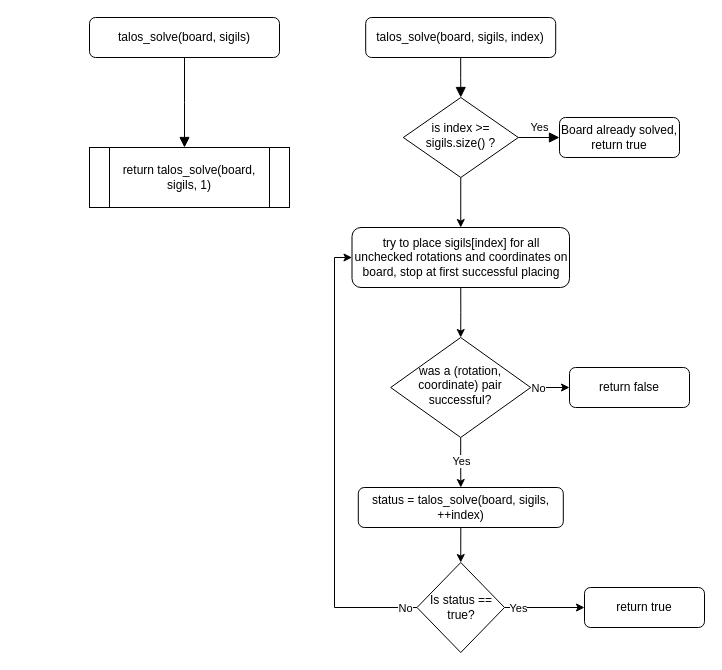
Above: docs/talos_solve_flowchart.drawio in cppcake/talossolver (draw.io), before the change. Source tidied: cells renumbered, new cells numbered last; positions are measured from the earlier drawing's top-left corner, leaving out a move shared by most shapes. Both pictures are drawn from the tidied source at 100%, with x=0, y=0 at pixel (89, 17).
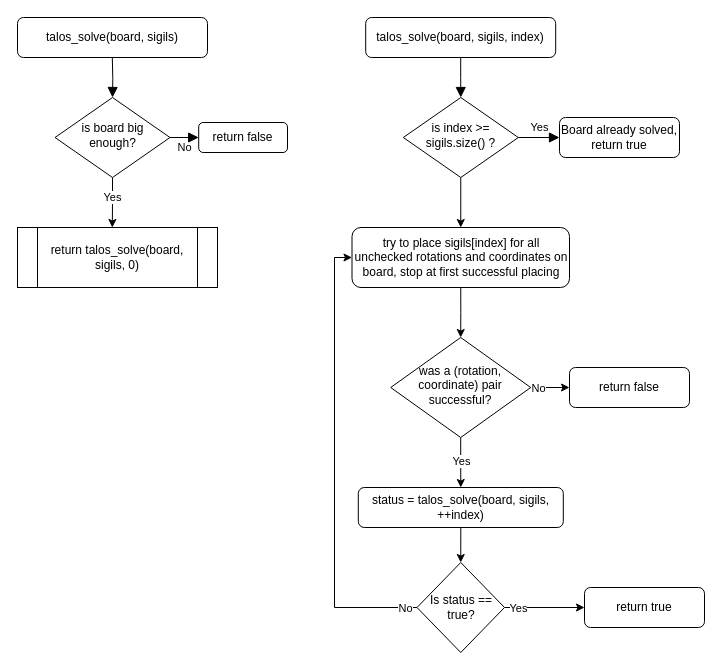
Above is the later version.

Change to the diagram source:
```diff
@@
-    <mxCell id="2" style="rounded=0;html=1;jettySize=auto;fontSize=11;endArrow=block;endFill=1;endSize=8;strokeWidth=1;shadow=0;labelBackgroundColor=none;edgeStyle=orthogonalEdgeStyle;entryX=0.5;entryY=0;entryDx=0;entryDy=0;" parent="1" edge="1" source="3">
-      <mxGeometry relative="1" as="geometry">
-        <mxPoint x="95" y="130" as="targetPoint" />
-      </mxGeometry>
-    </mxCell>
     <mxCell id="3" value="talos_solve(board, sigils)" style="rounded=1;whiteSpace=wrap;html=1;fontSize=12;glass=0;strokeWidth=1;shadow=0;" parent="1" vertex="1">
-      <mxGeometry width="190" height="40" as="geometry" />
+      <mxGeometry x="-72" width="190" height="40" as="geometry" />
     </mxCell>
@@
-    <mxCell id="18" value="return talos_solve(board, sigils, 1)" style="shape=process;whiteSpace=wrap;html=1;backgroundOutline=1;" parent="1" vertex="1">
-      <mxGeometry y="130" width="200" height="60" as="geometry" />
+    <mxCell id="18" value="return talos_solve(board, sigils, 0)" style="shape=process;whiteSpace=wrap;html=1;backgroundOutline=1;" parent="1" vertex="1">
+      <mxGeometry x="-72" y="210" width="200" height="60" as="geometry" />
     </mxCell>
@@
+    <mxCell id="27" value="No" style="edgeStyle=orthogonalEdgeStyle;rounded=0;html=1;jettySize=auto;fontSize=11;endArrow=block;endFill=1;endSize=8;strokeWidth=1;shadow=0;labelBackgroundColor=none;" parent="1" edge="1" source="30" target="31">
+      <mxGeometry y="10" relative="1" as="geometry" />
+    </mxCell>
+    <mxCell id="28" style="edgeStyle=orthogonalEdgeStyle;rounded=0;jettySize=auto;html=1;entryX=0.5;entryY=0;entryDx=0;entryDy=0;" parent="1" edge="1" source="30">
+      <mxGeometry relative="1" as="geometry">
+        <mxPoint x="22.8" y="210" as="targetPoint" />
+      </mxGeometry>
+    </mxCell>
+    <mxCell id="29" value="Yes" style="edgeLabel;html=1;align=center;verticalAlign=middle;" parent="28" vertex="1">
+      <mxGeometry x="-0.24" y="-1" relative="1" as="geometry" />
+    </mxCell>
+    <mxCell id="30" value="is board big enough?" style="rhombus;whiteSpace=wrap;html=1;shadow=0;fontFamily=Helvetica;fontSize=12;align=center;strokeWidth=1;spacing=6;spacingTop=-4;" parent="1" vertex="1">
+      <mxGeometry x="-34.5" y="80" width="115" height="80" as="geometry" />
+    </mxCell>
+    <mxCell id="31" value="return false" style="rounded=1;whiteSpace=wrap;html=1;fontSize=12;glass=0;strokeWidth=1;shadow=0;" parent="1" vertex="1">
+      <mxGeometry x="109.2" y="105" width="88.8" height="30" as="geometry" />
+    </mxCell>
+    <mxCell id="32" style="rounded=0;html=1;jettySize=auto;fontSize=11;endArrow=block;endFill=1;endSize=8;strokeWidth=1;shadow=0;labelBackgroundColor=none;edgeStyle=orthogonalEdgeStyle;exitX=0.5;exitY=1;exitDx=0;exitDy=0;entryX=0.5;entryY=0;entryDx=0;entryDy=0;" parent="1" edge="1" target="30">
+      <mxGeometry relative="1" as="geometry">
+        <mxPoint x="22.8" y="40" as="sourcePoint" />
+      </mxGeometry>
+    </mxCell>
```
